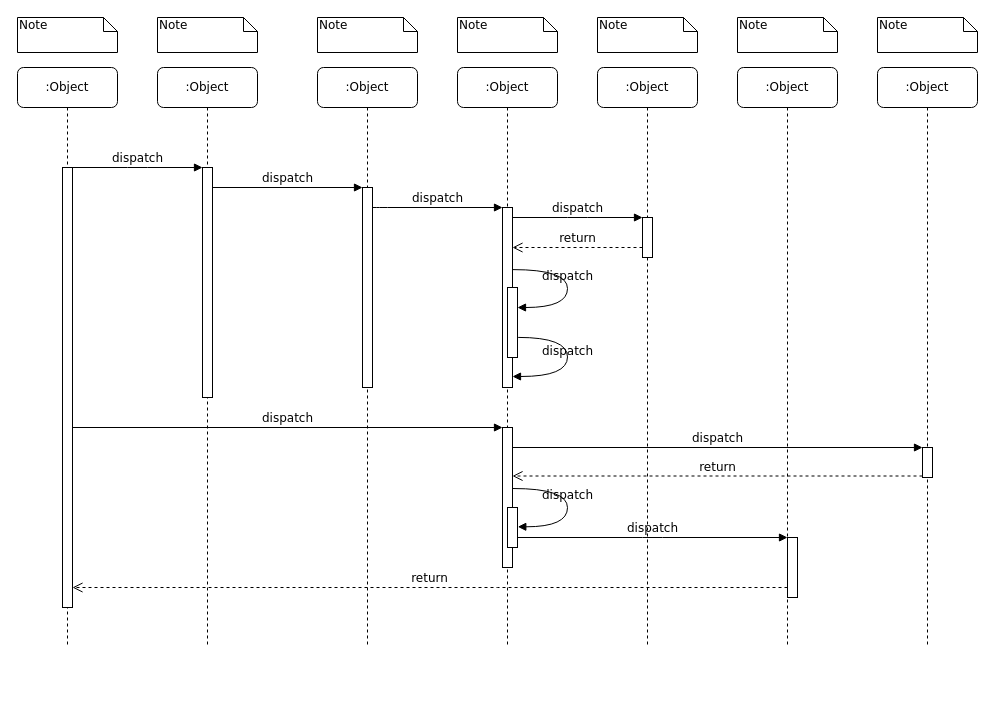
This is Untitled Diagram.drawio from ma589/tp-01, a draw.io file, before an edit. Source tidied: cells renumbered, new cells numbered last; positions are measured from the earlier drawing's top-left corner, leaving out a move shared by most shapes. Both pictures are drawn from the tidied source at 100%, with x=0, y=0 at pixel (17, 17).
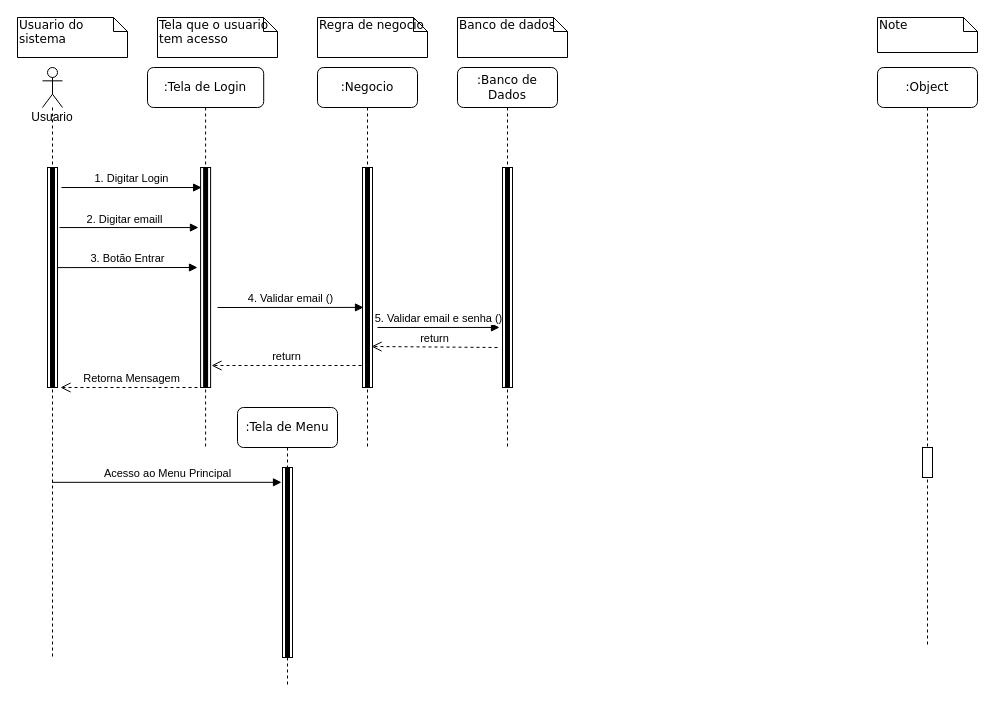
After the change.

Commit message:
Diagrama de Sequencia

Unchanged cells that the change refers to:
```xml
<mxCell id="19" style="html=1;points=[];perimeter=orthogonalPerimeter;rounded=0;shadow=0;comic=0;labelBackgroundColor=none;strokeColor=#000000;strokeWidth=1;fillColor=#FFFFFF;fontFamily=Verdana;fontSize=12;fontColor=#000000;align=center;" parent="1" vertex="1">
  <mxGeometry x="905" y="430" width="10" height="30" as="geometry" />
</mxCell>
```

What changed in the source:
```diff
@@
-    <mxCell id="2" value=":Object" style="shape=umlLifeline;perimeter=lifelinePerimeter;whiteSpace=wrap;html=1;rounded=1;shadow=0;comic=0;labelBackgroundColor=none;strokeWidth=1;fontFamily=Verdana;fontSize=12;align=center;" parent="1" vertex="1">
-      <mxGeometry x="140" y="50" width="100" height="580" as="geometry" />
+    <mxCell id="2" value=":Tela de Login" style="shape=umlLifeline;perimeter=lifelinePerimeter;whiteSpace=wrap;html=1;rounded=1;shadow=0;comic=0;labelBackgroundColor=none;strokeWidth=1;fontFamily=Verdana;fontSize=12;align=center;" parent="1" vertex="1">
+      <mxGeometry x="130" y="50" width="116.2" height="380" as="geometry" />
     </mxCell>
     <mxCell id="3" style="html=1;points=[];perimeter=orthogonalPerimeter;rounded=0;shadow=0;comic=0;labelBackgroundColor=none;strokeWidth=1;fontFamily=Verdana;fontSize=12;align=center;" parent="2" vertex="1">
-      <mxGeometry x="45" y="100" width="10" height="230" as="geometry" />
+      <mxGeometry x="53.1" y="100" width="10" height="220" as="geometry" />
     </mxCell>
+    <mxCell id="39" style="html=1;perimeter=orthogonalPerimeter;fillColor=#000000;strokeColor=none;" parent="2" vertex="1">
+      <mxGeometry x="55.6" y="100" width="5" height="220" as="geometry" />
+    </mxCell>
-    <mxCell id="4" value=":Object" style="shape=umlLifeline;perimeter=lifelinePerimeter;whiteSpace=wrap;html=1;rounded=1;shadow=0;comic=0;labelBackgroundColor=none;strokeWidth=1;fontFamily=Verdana;fontSize=12;align=center;" parent="1" vertex="1">
-      <mxGeometry x="300" y="50" width="100" height="580" as="geometry" />
+    <mxCell id="4" value=":Negocio" style="shape=umlLifeline;perimeter=lifelinePerimeter;whiteSpace=wrap;html=1;rounded=1;shadow=0;comic=0;labelBackgroundColor=none;strokeWidth=1;fontFamily=Verdana;fontSize=12;align=center;" parent="1" vertex="1">
+      <mxGeometry x="300" y="50" width="100" height="380" as="geometry" />
     </mxCell>
     <mxCell id="5" style="html=1;points=[];perimeter=orthogonalPerimeter;rounded=0;shadow=0;comic=0;labelBackgroundColor=none;strokeWidth=1;fontFamily=Verdana;fontSize=12;align=center;" parent="4" vertex="1">
-      <mxGeometry x="45" y="120" width="10" height="200" as="geometry" />
+      <mxGeometry x="45" y="100" width="10" height="220" as="geometry" />
     </mxCell>
+    <mxCell id="40" style="html=1;perimeter=orthogonalPerimeter;fillColor=#000000;strokeColor=none;" parent="4" vertex="1">
+      <mxGeometry x="47.5" y="100" width="5" height="220" as="geometry" />
+    </mxCell>
-    <mxCell id="6" value=":Object" style="shape=umlLifeline;perimeter=lifelinePerimeter;whiteSpace=wrap;html=1;rounded=1;shadow=0;comic=0;labelBackgroundColor=none;strokeWidth=1;fontFamily=Verdana;fontSize=12;align=center;" parent="1" vertex="1">
-      <mxGeometry x="440" y="50" width="100" height="580" as="geometry" />
+    <mxCell id="6" value=":Banco de Dados" style="shape=umlLifeline;perimeter=lifelinePerimeter;whiteSpace=wrap;html=1;rounded=1;shadow=0;comic=0;labelBackgroundColor=none;strokeWidth=1;fontFamily=Verdana;fontSize=12;align=center;" parent="1" vertex="1">
+      <mxGeometry x="440" y="50" width="100" height="380" as="geometry" />
     </mxCell>
-    <mxCell id="7" value=":Object" style="shape=umlLifeline;perimeter=lifelinePerimeter;whiteSpace=wrap;html=1;rounded=1;shadow=0;comic=0;labelBackgroundColor=none;strokeWidth=1;fontFamily=Verdana;fontSize=12;align=center;" parent="1" vertex="1">
-      <mxGeometry x="580" y="50" width="100" height="580" as="geometry" />
-    </mxCell>
-    <mxCell id="8" value=":Object" style="shape=umlLifeline;perimeter=lifelinePerimeter;whiteSpace=wrap;html=1;rounded=1;shadow=0;comic=0;labelBackgroundColor=none;strokeWidth=1;fontFamily=Verdana;fontSize=12;align=center;" parent="1" vertex="1">
-      <mxGeometry x="720" y="50" width="100" height="580" as="geometry" />
-    </mxCell>
@@
-    <mxCell id="10" value=":Object" style="shape=umlLifeline;perimeter=lifelinePerimeter;whiteSpace=wrap;html=1;rounded=1;shadow=0;comic=0;labelBackgroundColor=none;strokeWidth=1;fontFamily=Verdana;fontSize=12;align=center;" parent="1" vertex="1">
-      <mxGeometry y="50" width="100" height="580" as="geometry" />
-    </mxCell>
-    <mxCell id="11" style="html=1;points=[];perimeter=orthogonalPerimeter;rounded=0;shadow=0;comic=0;labelBackgroundColor=none;strokeWidth=1;fontFamily=Verdana;fontSize=12;align=center;" parent="10" vertex="1">
-      <mxGeometry x="45" y="100" width="10" height="440" as="geometry" />
-    </mxCell>
     <mxCell id="12" style="html=1;points=[];perimeter=orthogonalPerimeter;rounded=0;shadow=0;comic=0;labelBackgroundColor=none;strokeWidth=1;fontFamily=Verdana;fontSize=12;align=center;" parent="1" vertex="1">
-      <mxGeometry x="485" y="190" width="10" height="180" as="geometry" />
+      <mxGeometry x="485" y="150" width="10" height="220" as="geometry" />
     </mxCell>
-    <mxCell id="13" value="dispatch" style="html=1;verticalAlign=bottom;endArrow=block;labelBackgroundColor=none;fontFamily=Verdana;fontSize=12;edgeStyle=elbowEdgeStyle;elbow=vertical;" parent="1" edge="1" source="5" target="12">
-      <mxGeometry relative="1" as="geometry">
-        <Array as="points">
-          <mxPoint x="360" y="190" />
-        </Array>
-      </mxGeometry>
-    </mxCell>
-    <mxCell id="14" style="html=1;points=[];perimeter=orthogonalPerimeter;rounded=0;shadow=0;comic=0;labelBackgroundColor=none;strokeWidth=1;fontFamily=Verdana;fontSize=12;align=center;" parent="1" vertex="1">
-      <mxGeometry x="625" y="200" width="10" height="40" as="geometry" />
-    </mxCell>
-    <mxCell id="15" value="dispatch" style="html=1;verticalAlign=bottom;endArrow=block;entryX=0;entryY=0;labelBackgroundColor=none;fontFamily=Verdana;fontSize=12;edgeStyle=elbowEdgeStyle;elbow=vertical;" parent="1" edge="1" source="12" target="14">
-      <mxGeometry relative="1" as="geometry" />
-    </mxCell>
-    <mxCell id="16" value="return" style="html=1;verticalAlign=bottom;endArrow=open;dashed=1;endSize=8;labelBackgroundColor=none;fontFamily=Verdana;fontSize=12;edgeStyle=elbowEdgeStyle;elbow=vertical;" parent="1" edge="1" source="14" target="12">
-      <mxGeometry relative="1" as="geometry">
-        <Array as="points">
-          <mxPoint x="570" y="230" />
-          <mxPoint x="600" y="230" />
-        </Array>
-      </mxGeometry>
-    </mxCell>
-    <mxCell id="17" style="html=1;points=[];perimeter=orthogonalPerimeter;rounded=0;shadow=0;comic=0;labelBackgroundColor=none;strokeWidth=1;fontFamily=Verdana;fontSize=12;align=center;" parent="1" vertex="1">
-      <mxGeometry x="485" y="410" width="10" height="140" as="geometry" />
-    </mxCell>
-    <mxCell id="18" value="dispatch" style="html=1;verticalAlign=bottom;endArrow=block;entryX=0;entryY=0;labelBackgroundColor=none;fontFamily=Verdana;fontSize=12;" parent="1" edge="1" source="11" target="17">
-      <mxGeometry relative="1" as="geometry" />
-    </mxCell>
@@
-    <mxCell id="20" value="dispatch" style="html=1;verticalAlign=bottom;endArrow=block;entryX=0;entryY=0;labelBackgroundColor=none;fontFamily=Verdana;fontSize=12;" parent="1" edge="1" source="17" target="19">
-      <mxGeometry relative="1" as="geometry" />
-    </mxCell>
-    <mxCell id="21" value="return" style="html=1;verticalAlign=bottom;endArrow=open;dashed=1;endSize=8;exitX=0;exitY=0.95;labelBackgroundColor=none;fontFamily=Verdana;fontSize=12;" parent="1" edge="1" source="19" target="17">
-      <mxGeometry relative="1" as="geometry" />
-    </mxCell>
-    <mxCell id="22" style="html=1;points=[];perimeter=orthogonalPerimeter;rounded=0;shadow=0;comic=0;labelBackgroundColor=none;strokeWidth=1;fontFamily=Verdana;fontSize=12;align=center;" parent="1" vertex="1">
-      <mxGeometry x="770" y="520" width="10" height="60" as="geometry" />
-    </mxCell>
-    <mxCell id="23" value="dispatch" style="html=1;verticalAlign=bottom;endArrow=block;entryX=0;entryY=0;labelBackgroundColor=none;fontFamily=Verdana;fontSize=12;edgeStyle=elbowEdgeStyle;elbow=vertical;" parent="1" edge="1" source="30" target="22">
-      <mxGeometry relative="1" as="geometry" />
-    </mxCell>
-    <mxCell id="24" value="return" style="html=1;verticalAlign=bottom;endArrow=open;dashed=1;endSize=8;labelBackgroundColor=none;fontFamily=Verdana;fontSize=12;edgeStyle=elbowEdgeStyle;elbow=vertical;" parent="1" edge="1" source="22" target="11">
-      <mxGeometry relative="1" as="geometry">
-        <Array as="points">
-          <mxPoint x="470" y="570" />
-        </Array>
-      </mxGeometry>
-    </mxCell>
-    <mxCell id="25" value="dispatch" style="html=1;verticalAlign=bottom;endArrow=block;entryX=0;entryY=0;labelBackgroundColor=none;fontFamily=Verdana;fontSize=12;edgeStyle=elbowEdgeStyle;elbow=vertical;" parent="1" edge="1" source="11" target="3">
-      <mxGeometry relative="1" as="geometry" />
-    </mxCell>
-    <mxCell id="26" value="dispatch" style="html=1;verticalAlign=bottom;endArrow=block;entryX=0;entryY=0;labelBackgroundColor=none;fontFamily=Verdana;fontSize=12;edgeStyle=elbowEdgeStyle;elbow=vertical;" parent="1" edge="1" source="3" target="5">
-      <mxGeometry relative="1" as="geometry" />
-    </mxCell>
-    <mxCell id="27" style="html=1;points=[];perimeter=orthogonalPerimeter;rounded=0;shadow=0;comic=0;labelBackgroundColor=none;strokeWidth=1;fontFamily=Verdana;fontSize=12;align=center;" parent="1" vertex="1">
-      <mxGeometry x="490" y="270" width="10" height="70" as="geometry" />
-    </mxCell>
-    <mxCell id="28" value="dispatch" style="html=1;verticalAlign=bottom;endArrow=block;labelBackgroundColor=none;fontFamily=Verdana;fontSize=12;elbow=vertical;edgeStyle=orthogonalEdgeStyle;curved=1;entryX=1;entryY=0.286;entryPerimeter=0;exitX=1.038;exitY=0.345;exitPerimeter=0;" parent="1" edge="1" source="12" target="27">
-      <mxGeometry relative="1" as="geometry">
-        <Array as="points">
-          <mxPoint x="550" y="252" />
-          <mxPoint x="550" y="290" />
-        </Array>
-      </mxGeometry>
-    </mxCell>
-    <mxCell id="29" value="dispatch" style="html=1;verticalAlign=bottom;endArrow=block;labelBackgroundColor=none;fontFamily=Verdana;fontSize=12;elbow=vertical;edgeStyle=orthogonalEdgeStyle;curved=1;exitX=1.066;exitY=0.713;exitPerimeter=0;" parent="1" edge="1" source="27">
-      <mxGeometry relative="1" as="geometry">
-        <mxPoint x="495" y="359" as="targetPoint" />
-        <Array as="points">
-          <mxPoint x="550" y="320" />
-          <mxPoint x="550" y="359" />
-        </Array>
-      </mxGeometry>
-    </mxCell>
-    <mxCell id="30" style="html=1;points=[];perimeter=orthogonalPerimeter;rounded=0;shadow=0;comic=0;labelBackgroundColor=none;strokeWidth=1;fontFamily=Verdana;fontSize=12;align=center;" parent="1" vertex="1">
-      <mxGeometry x="490" y="490" width="10" height="40" as="geometry" />
-    </mxCell>
-    <mxCell id="31" value="dispatch" style="html=1;verticalAlign=bottom;endArrow=block;labelBackgroundColor=none;fontFamily=Verdana;fontSize=12;elbow=vertical;edgeStyle=orthogonalEdgeStyle;curved=1;entryX=1;entryY=0.286;entryPerimeter=0;exitX=1.038;exitY=0.345;exitPerimeter=0;" parent="1" edge="1">
-      <mxGeometry relative="1" as="geometry">
-        <mxPoint x="495.3" y="471" as="sourcePoint" />
-        <mxPoint x="500.3" y="509.3" as="targetPoint" />
-        <Array as="points">
-          <mxPoint x="550" y="471" />
-          <mxPoint x="550" y="509" />
-        </Array>
-      </mxGeometry>
-    </mxCell>
-    <mxCell id="32" value="Note" style="shape=note;whiteSpace=wrap;html=1;size=14;verticalAlign=top;align=left;spacingTop=-6;rounded=0;shadow=0;comic=0;labelBackgroundColor=none;strokeWidth=1;fontFamily=Verdana;fontSize=12;" parent="1" vertex="1">
-      <mxGeometry width="100" height="35" as="geometry" />
+    <mxCell id="32" value="Usuario do sistema" style="shape=note;whiteSpace=wrap;html=1;size=14;verticalAlign=top;align=left;spacingTop=-6;rounded=0;shadow=0;comic=0;labelBackgroundColor=none;strokeWidth=1;fontFamily=Verdana;fontSize=12;" parent="1" vertex="1">
+      <mxGeometry width="110" height="40" as="geometry" />
     </mxCell>
-    <mxCell id="33" value="Note" style="shape=note;whiteSpace=wrap;html=1;size=14;verticalAlign=top;align=left;spacingTop=-6;rounded=0;shadow=0;comic=0;labelBackgroundColor=none;strokeWidth=1;fontFamily=Verdana;fontSize=12;" parent="1" vertex="1">
-      <mxGeometry x="140" width="100" height="35" as="geometry" />
+    <mxCell id="33" value="Tela que o usuario tem acesso" style="shape=note;whiteSpace=wrap;html=1;size=14;verticalAlign=top;align=left;spacingTop=-6;rounded=0;shadow=0;comic=0;labelBackgroundColor=none;strokeWidth=1;fontFamily=Verdana;fontSize=12;" parent="1" vertex="1">
+      <mxGeometry x="140" width="120" height="40" as="geometry" />
     </mxCell>
-    <mxCell id="34" value="Note" style="shape=note;whiteSpace=wrap;html=1;size=14;verticalAlign=top;align=left;spacingTop=-6;rounded=0;shadow=0;comic=0;labelBackgroundColor=none;strokeWidth=1;fontFamily=Verdana;fontSize=12;" parent="1" vertex="1">
-      <mxGeometry x="300" width="100" height="35" as="geometry" />
+    <mxCell id="34" value="Regra de negocio" style="shape=note;whiteSpace=wrap;html=1;size=14;verticalAlign=top;align=left;spacingTop=-6;rounded=0;shadow=0;comic=0;labelBackgroundColor=none;strokeWidth=1;fontFamily=Verdana;fontSize=12;" parent="1" vertex="1">
+      <mxGeometry x="300" width="110" height="40" as="geometry" />
     </mxCell>
-    <mxCell id="35" value="Note" style="shape=note;whiteSpace=wrap;html=1;size=14;verticalAlign=top;align=left;spacingTop=-6;rounded=0;shadow=0;comic=0;labelBackgroundColor=none;strokeWidth=1;fontFamily=Verdana;fontSize=12;" parent="1" vertex="1">
-      <mxGeometry x="440" width="100" height="35" as="geometry" />
+    <mxCell id="35" value="Banco de dados" style="shape=note;whiteSpace=wrap;html=1;size=14;verticalAlign=top;align=left;spacingTop=-6;rounded=0;shadow=0;comic=0;labelBackgroundColor=none;strokeWidth=1;fontFamily=Verdana;fontSize=12;" parent="1" vertex="1">
+      <mxGeometry x="440" width="110" height="40" as="geometry" />
     </mxCell>
-    <mxCell id="36" value="Note" style="shape=note;whiteSpace=wrap;html=1;size=14;verticalAlign=top;align=left;spacingTop=-6;rounded=0;shadow=0;comic=0;labelBackgroundColor=none;strokeWidth=1;fontFamily=Verdana;fontSize=12;" parent="1" vertex="1">
-      <mxGeometry x="580" width="100" height="35" as="geometry" />
-    </mxCell>
-    <mxCell id="37" value="Note" style="shape=note;whiteSpace=wrap;html=1;size=14;verticalAlign=top;align=left;spacingTop=-6;rounded=0;shadow=0;comic=0;labelBackgroundColor=none;strokeWidth=1;fontFamily=Verdana;fontSize=12;" parent="1" vertex="1">
-      <mxGeometry x="720" width="100" height="35" as="geometry" />
-    </mxCell>
@@
+    <mxCell id="41" value=":Tela de Menu" style="shape=umlLifeline;perimeter=lifelinePerimeter;whiteSpace=wrap;html=1;rounded=1;shadow=0;comic=0;labelBackgroundColor=none;strokeWidth=1;fontFamily=Verdana;fontSize=12;align=center;" parent="1" vertex="1">
+      <mxGeometry x="220" y="390" width="100" height="280" as="geometry" />
+    </mxCell>
+    <mxCell id="42" style="html=1;points=[];perimeter=orthogonalPerimeter;rounded=0;shadow=0;comic=0;labelBackgroundColor=none;strokeWidth=1;fontFamily=Verdana;fontSize=12;align=center;" parent="41" vertex="1">
+      <mxGeometry x="45" y="60" width="10" height="190" as="geometry" />
+    </mxCell>
+    <mxCell id="43" style="html=1;perimeter=orthogonalPerimeter;fillColor=#000000;strokeColor=none;" parent="41" vertex="1">
+      <mxGeometry x="47.5" y="60" width="5" height="190" as="geometry" />
+    </mxCell>
+    <mxCell id="44" value="1. Digitar Login" style="html=1;verticalAlign=bottom;endArrow=block;entryX=0.1;entryY=0.091;entryDx=0;entryDy=0;entryPerimeter=0;exitX=1.4;exitY=0.091;exitDx=0;exitDy=0;exitPerimeter=0;" parent="1" edge="1" source="53" target="3">
+      <mxGeometry relative="1" as="geometry" />
+    </mxCell>
+    <mxCell id="45" value="2. Digitar emaill" style="html=1;verticalAlign=bottom;endArrow=block;exitX=1.2;exitY=0.273;exitDx=0;exitDy=0;exitPerimeter=0;entryX=-0.213;entryY=0.273;entryDx=0;entryDy=0;entryPerimeter=0;" parent="1" edge="1" source="53" target="3">
+      <mxGeometry x="-0.06" y="-1" relative="1" as="geometry" />
+    </mxCell>
+    <mxCell id="46" value="3. Botão Entrar" style="html=1;verticalAlign=bottom;endArrow=block;exitX=1;exitY=0.455;exitDx=0;exitDy=0;exitPerimeter=0;" parent="1" edge="1" source="53">
+      <mxGeometry relative="1" as="geometry">
+        <mxPoint x="180" y="250" as="targetPoint" />
+      </mxGeometry>
+    </mxCell>
+    <mxCell id="47" value="4. Validar email ()" style="html=1;verticalAlign=bottom;endArrow=block;entryX=0.1;entryY=0.636;entryDx=0;entryDy=0;entryPerimeter=0;" parent="1" edge="1" target="5">
+      <mxGeometry relative="1" as="geometry">
+        <mxPoint x="200" y="290" as="sourcePoint" />
+      </mxGeometry>
+    </mxCell>
+    <mxCell id="48" value="Acesso ao Menu Principal" style="html=1;verticalAlign=bottom;endArrow=block;entryX=-0.1;entryY=0.078;entryDx=0;entryDy=0;entryPerimeter=0;" parent="1" edge="1" source="55" target="42">
+      <mxGeometry relative="1" as="geometry" />
+    </mxCell>
+    <mxCell id="49" value="Retorna Mensagem" style="html=1;verticalAlign=bottom;endArrow=open;dashed=1;endSize=8;" parent="1" edge="1">
+      <mxGeometry relative="1" as="geometry">
+        <mxPoint x="186" y="370" as="sourcePoint" />
+        <mxPoint x="43" y="370" as="targetPoint" />
+      </mxGeometry>
+    </mxCell>
+    <mxCell id="50" value="return" style="html=1;verticalAlign=bottom;endArrow=open;dashed=1;endSize=8;" parent="1" edge="1">
+      <mxGeometry relative="1" as="geometry">
+        <mxPoint x="480" y="330" as="sourcePoint" />
+        <mxPoint x="354" y="329" as="targetPoint" />
+      </mxGeometry>
+    </mxCell>
+    <mxCell id="51" value="return" style="html=1;verticalAlign=bottom;endArrow=open;dashed=1;endSize=8;exitX=-0.1;exitY=0.9;exitDx=0;exitDy=0;exitPerimeter=0;" parent="1" edge="1" source="5">
+      <mxGeometry relative="1" as="geometry">
+        <mxPoint x="194" y="348" as="targetPoint" />
+      </mxGeometry>
+    </mxCell>
+    <mxCell id="52" style="html=1;perimeter=orthogonalPerimeter;fillColor=#000000;strokeColor=none;" parent="1" vertex="1">
+      <mxGeometry x="487.5" y="150" width="5" height="220" as="geometry" />
+    </mxCell>
+    <mxCell id="53" style="html=1;points=[];perimeter=orthogonalPerimeter;" parent="1" vertex="1">
+      <mxGeometry x="30" y="150" width="10" height="220" as="geometry" />
+    </mxCell>
+    <mxCell id="54" style="html=1;perimeter=orthogonalPerimeter;fillColor=#000000;strokeColor=none;" parent="1" vertex="1">
+      <mxGeometry x="32.5" y="150" width="5" height="220" as="geometry" />
+    </mxCell>
+    <mxCell id="55" value="Usuario" style="shape=umlLifeline;participant=umlActor;perimeter=lifelinePerimeter;whiteSpace=wrap;html=1;verticalAlign=top;spacingTop=36;outlineConnect=0;" parent="1" vertex="1">
+      <mxGeometry x="25" y="50" width="20" height="590" as="geometry" />
+    </mxCell>
+    <mxCell id="56" value="5. Validar email e senha ()" style="html=1;verticalAlign=bottom;endArrow=block;entryX=-0.3;entryY=0.727;entryDx=0;entryDy=0;entryPerimeter=0;" parent="1" edge="1" target="12">
+      <mxGeometry relative="1" as="geometry">
+        <mxPoint x="360" y="310" as="sourcePoint" />
+      </mxGeometry>
+    </mxCell>
```
